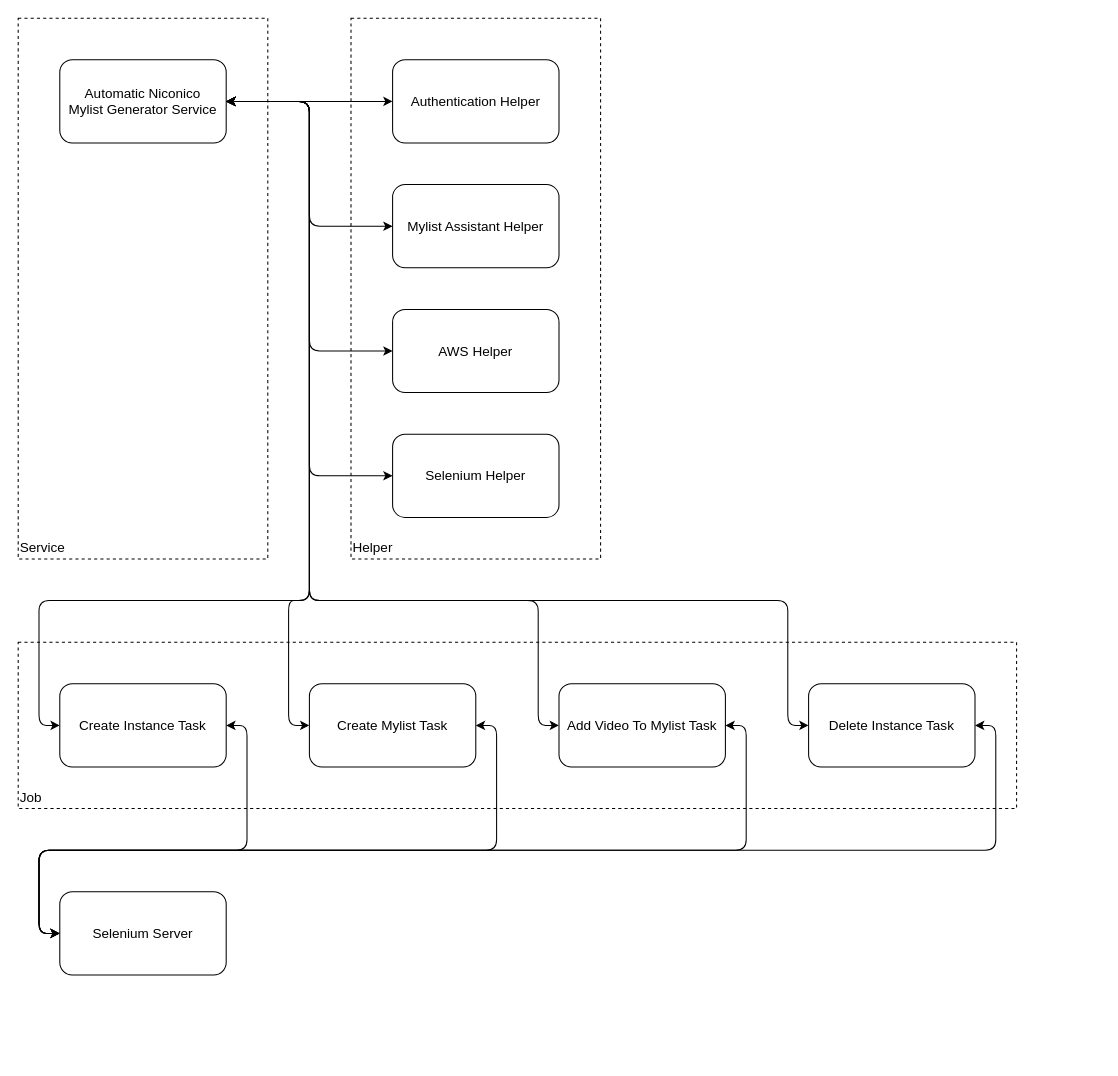
Above: page "Component" (2 of 2) of Doc/AutomaticNiconicoMylistGenerator/assets/assets.drawio in PONzu-0529/ponzu0529-niconico (draw.io), before the change. Source tidied: cells renumbered, new cells numbered last; positions are measured from the earlier drawing's top-left corner, leaving out a move shared by most shapes. Both pictures are drawn from the tidied source at 104%, with x=0, y=0 at pixel (18, 18).
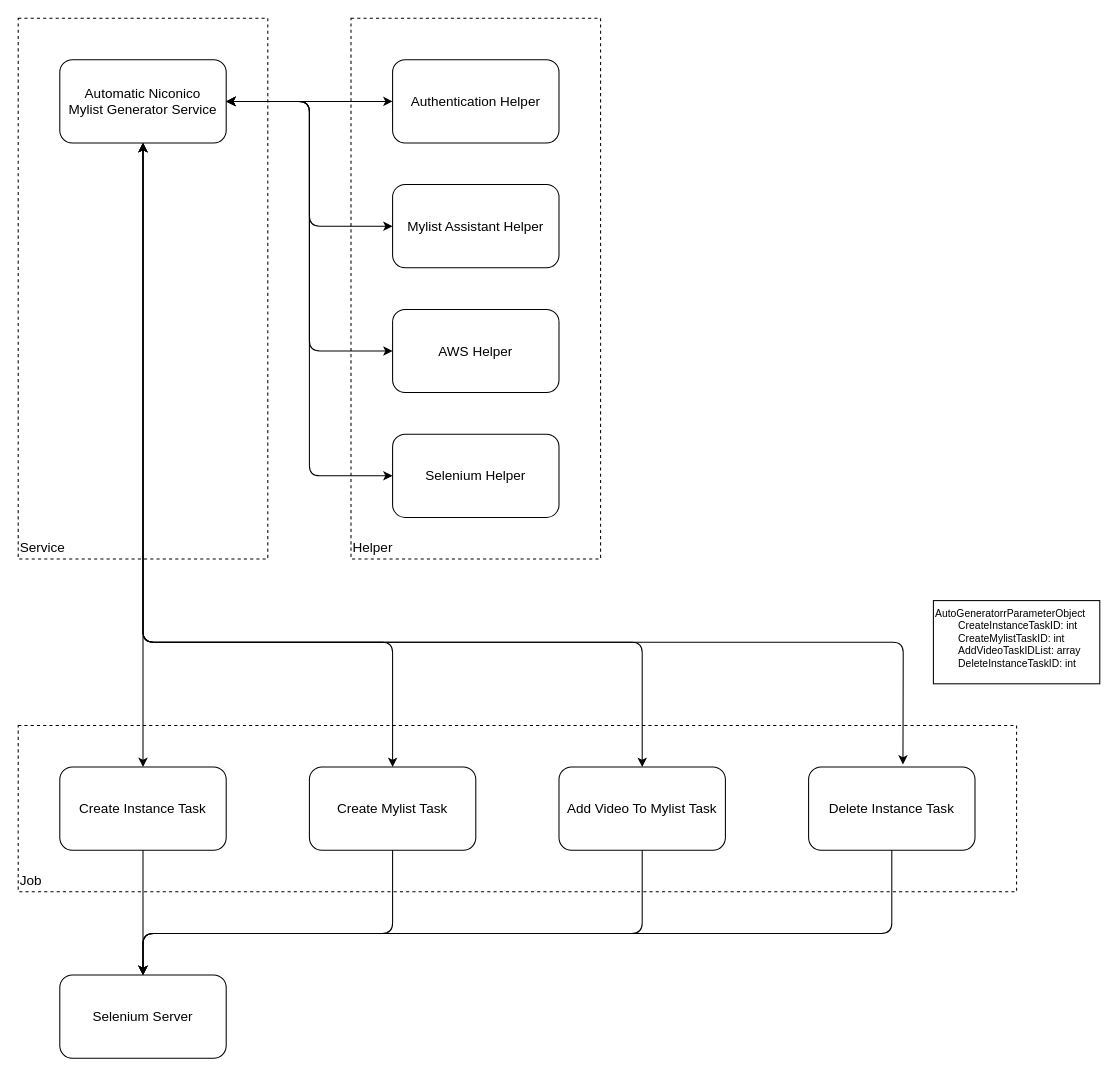
The same page after the edit.

Commit message (it also covers changes not shown here):
Update Component Diagram #141

The change refers to these unchanged cells:
```xml
<mxCell id="22" value="Automatic Niconico&lt;br&gt;Mylist Generator Service" style="rounded=1;whiteSpace=wrap;html=1;fillColor=none;fontSize=13;" parent="1" vertex="1">
  <mxGeometry x="40" y="40" width="160" height="80" as="geometry" />
</mxCell>
```

What changed in the source:
```diff
@@
     <mxCell id="2" value="&lt;font style=&quot;font-size: 13px;&quot;&gt;Selenium Server&lt;/font&gt;" style="rounded=1;whiteSpace=wrap;html=1;fillColor=none;fontSize=13;" parent="1" vertex="1">
-      <mxGeometry x="40" y="840" width="160" height="80" as="geometry" />
+      <mxGeometry x="40" y="920" width="160" height="80" as="geometry" />
     </mxCell>
     <mxCell id="3" value="Job" style="rounded=0;whiteSpace=wrap;html=1;fontSize=13;fillColor=none;align=left;verticalAlign=bottom;dashed=1;" parent="1" vertex="1">
-      <mxGeometry y="600" width="960" height="160" as="geometry" />
+      <mxGeometry y="680" width="960" height="160" as="geometry" />
     </mxCell>
-    <mxCell id="4" style="edgeStyle=none;html=1;exitX=1;exitY=0.5;exitDx=0;exitDy=0;entryX=0;entryY=0.5;entryDx=0;entryDy=0;fontSize=13;startArrow=classic;startFill=1;" parent="1" edge="1" source="5" target="2">
-      <mxGeometry relative="1" as="geometry">
-        <Array as="points">
-          <mxPoint x="220" y="680" />
-          <mxPoint x="220" y="800" />
-          <mxPoint x="20" y="800" />
-          <mxPoint x="20" y="880" />
-        </Array>
-      </mxGeometry>
+    <mxCell id="4" style="edgeStyle=none;html=1;exitX=0.5;exitY=1;exitDx=0;exitDy=0;entryX=0.5;entryY=0;entryDx=0;entryDy=0;fontSize=10;" parent="1" edge="1" source="5" target="2">
+      <mxGeometry relative="1" as="geometry" />
     </mxCell>
     <mxCell id="5" value="&lt;font style=&quot;font-size: 13px;&quot;&gt;Create Instance Task&lt;/font&gt;" style="rounded=1;whiteSpace=wrap;html=1;fillColor=none;fontSize=13;" parent="1" vertex="1">
-      <mxGeometry x="40" y="640" width="160" height="80" as="geometry" />
+      <mxGeometry x="40" y="720" width="160" height="80" as="geometry" />
     </mxCell>
-    <mxCell id="6" style="edgeStyle=none;html=1;exitX=1;exitY=0.5;exitDx=0;exitDy=0;entryX=0;entryY=0.5;entryDx=0;entryDy=0;fontSize=13;startArrow=classic;startFill=1;" parent="1" edge="1" source="7" target="2">
+    <mxCell id="6" style="edgeStyle=none;html=1;exitX=0.5;exitY=1;exitDx=0;exitDy=0;entryX=0.5;entryY=0;entryDx=0;entryDy=0;fontSize=10;" parent="1" edge="1" source="7" target="2">
       <mxGeometry relative="1" as="geometry">
         <Array as="points">
-          <mxPoint x="460" y="680" />
-          <mxPoint x="460" y="800" />
-          <mxPoint x="20" y="800" />
-          <mxPoint x="20" y="880" />
+          <mxPoint x="360" y="880" />
+          <mxPoint x="120" y="880" />
         </Array>
       </mxGeometry>
     </mxCell>
     <mxCell id="7" value="&lt;font style=&quot;font-size: 13px;&quot;&gt;Create Mylist Task&lt;/font&gt;" style="rounded=1;whiteSpace=wrap;html=1;fillColor=none;fontSize=13;" parent="1" vertex="1">
-      <mxGeometry x="280" y="640" width="160" height="80" as="geometry" />
+      <mxGeometry x="280" y="720" width="160" height="80" as="geometry" />
     </mxCell>
-    <mxCell id="8" style="edgeStyle=none;html=1;exitX=1;exitY=0.5;exitDx=0;exitDy=0;entryX=0;entryY=0.5;entryDx=0;entryDy=0;fontSize=13;startArrow=classic;startFill=1;" parent="1" edge="1" source="9" target="2">
+    <mxCell id="8" style="edgeStyle=none;html=1;exitX=0.5;exitY=1;exitDx=0;exitDy=0;entryX=0.5;entryY=0;entryDx=0;entryDy=0;fontSize=10;" parent="1" edge="1" source="9" target="2">
       <mxGeometry relative="1" as="geometry">
         <Array as="points">
-          <mxPoint x="700" y="680" />
-          <mxPoint x="700" y="800" />
-          <mxPoint x="20" y="800" />
-          <mxPoint x="20" y="880" />
+          <mxPoint x="600" y="880" />
+          <mxPoint x="120" y="880" />
         </Array>
       </mxGeometry>
     </mxCell>
     <mxCell id="9" value="&lt;font style=&quot;font-size: 13px;&quot;&gt;Add Video To Mylist Task&lt;/font&gt;" style="rounded=1;whiteSpace=wrap;html=1;fillColor=none;fontSize=13;" parent="1" vertex="1">
-      <mxGeometry x="520" y="640" width="160" height="80" as="geometry" />
+      <mxGeometry x="520" y="720" width="160" height="80" as="geometry" />
     </mxCell>
-    <mxCell id="10" style="edgeStyle=none;html=1;exitX=1;exitY=0.5;exitDx=0;exitDy=0;entryX=0;entryY=0.5;entryDx=0;entryDy=0;fontSize=13;startArrow=classic;startFill=1;" parent="1" edge="1" source="11" target="2">
+    <mxCell id="10" style="edgeStyle=none;html=1;exitX=0.5;exitY=1;exitDx=0;exitDy=0;entryX=0.5;entryY=0;entryDx=0;entryDy=0;fontSize=10;" parent="1" edge="1" source="11" target="2">
       <mxGeometry relative="1" as="geometry">
         <Array as="points">
-          <mxPoint x="940" y="680" />
-          <mxPoint x="940" y="800" />
-          <mxPoint x="20" y="800" />
-          <mxPoint x="20" y="880" />
+          <mxPoint x="840" y="880" />
+          <mxPoint x="120" y="880" />
         </Array>
       </mxGeometry>
     </mxCell>
     <mxCell id="11" value="&lt;font style=&quot;font-size: 13px;&quot;&gt;Delete Instance Task&lt;/font&gt;" style="rounded=1;whiteSpace=wrap;html=1;fillColor=none;fontSize=13;" parent="1" vertex="1">
-      <mxGeometry x="760" y="640" width="160" height="80" as="geometry" />
+      <mxGeometry x="760" y="720" width="160" height="80" as="geometry" />
     </mxCell>
@@
-    <mxCell id="14" style="edgeStyle=none;html=1;exitX=1;exitY=0.5;exitDx=0;exitDy=0;entryX=0;entryY=0.5;entryDx=0;entryDy=0;fontSize=13;startArrow=classic;startFill=1;" parent="1" edge="1" source="22" target="7">
+    <mxCell id="14" style="edgeStyle=none;html=1;exitX=0.5;exitY=1;exitDx=0;exitDy=0;fontSize=13;startArrow=classic;startFill=1;entryX=0.5;entryY=0;entryDx=0;entryDy=0;" parent="1" edge="1" source="22" target="7">
       <mxGeometry relative="1" as="geometry">
         <Array as="points">
-          <mxPoint x="280" y="80" />
-          <mxPoint x="280" y="560" />
-          <mxPoint x="260" y="560" />
-          <mxPoint x="260" y="680" />
+          <mxPoint x="120" y="600" />
+          <mxPoint x="360" y="600" />
         </Array>
       </mxGeometry>
     </mxCell>
@@
-    <mxCell id="16" style="edgeStyle=none;html=1;exitX=1;exitY=0.5;exitDx=0;exitDy=0;entryX=0;entryY=0.5;entryDx=0;entryDy=0;fontSize=13;startArrow=classic;startFill=1;" parent="1" edge="1" source="22" target="5">
+    <mxCell id="16" style="edgeStyle=none;html=1;exitX=0.5;exitY=1;exitDx=0;exitDy=0;entryX=0.5;entryY=0;entryDx=0;entryDy=0;fontSize=13;startArrow=classic;startFill=1;" parent="1" edge="1" source="22" target="5">
       <mxGeometry relative="1" as="geometry">
         <Array as="points">
-          <mxPoint x="280" y="80" />
-          <mxPoint x="280" y="560" />
-          <mxPoint x="20" y="560" />
-          <mxPoint x="20" y="680" />
+          <mxPoint x="120" y="560" />
         </Array>
       </mxGeometry>
     </mxCell>
@@
-    <mxCell id="20" style="edgeStyle=none;html=1;exitX=1;exitY=0.5;exitDx=0;exitDy=0;entryX=0;entryY=0.5;entryDx=0;entryDy=0;fontSize=13;startArrow=classic;startFill=1;" parent="1" edge="1" source="22" target="9">
+    <mxCell id="20" style="edgeStyle=none;html=1;exitX=0.5;exitY=1;exitDx=0;exitDy=0;entryX=0.5;entryY=0;entryDx=0;entryDy=0;fontSize=13;startArrow=classic;startFill=1;" parent="1" edge="1" source="22" target="9">
       <mxGeometry relative="1" as="geometry">
         <Array as="points">
-          <mxPoint x="280" y="80" />
-          <mxPoint x="280" y="560" />
-          <mxPoint x="500" y="560" />
-          <mxPoint x="500" y="680" />
+          <mxPoint x="120" y="600" />
+          <mxPoint x="360" y="600" />
+          <mxPoint x="500" y="600" />
+          <mxPoint x="600" y="600" />
         </Array>
       </mxGeometry>
     </mxCell>
-    <mxCell id="21" style="edgeStyle=none;html=1;exitX=1;exitY=0.5;exitDx=0;exitDy=0;entryX=0;entryY=0.5;entryDx=0;entryDy=0;fontSize=13;startArrow=classic;startFill=1;" parent="1" edge="1" source="22" target="11">
+    <mxCell id="21" style="edgeStyle=none;html=1;exitX=0.5;exitY=1;exitDx=0;exitDy=0;entryX=0.567;entryY=-0.03;entryDx=0;entryDy=0;fontSize=13;startArrow=classic;startFill=1;entryPerimeter=0;" parent="1" edge="1" source="22" target="11">
       <mxGeometry relative="1" as="geometry">
         <Array as="points">
-          <mxPoint x="280" y="80" />
-          <mxPoint x="280" y="560" />
-          <mxPoint x="740" y="560" />
-          <mxPoint x="740" y="680" />
+          <mxPoint x="120" y="600" />
+          <mxPoint x="270" y="600" />
+          <mxPoint x="851" y="600" />
         </Array>
       </mxGeometry>
     </mxCell>
@@
+    <mxCell id="27" value="AutoGeneratorrParameterObject&lt;br&gt;&lt;span style=&quot;&quot;&gt;&#9;&lt;/span&gt;&lt;span style=&quot;white-space: pre;&quot;&gt;&#9;&lt;/span&gt;CreateInstanceTaskID: int&lt;br style=&quot;font-size: 10px;&quot;&gt;&lt;span style=&quot;&quot;&gt;&#9;&lt;/span&gt;&lt;span style=&quot;white-space: pre;&quot;&gt;&#9;&lt;/span&gt;CreateMylistTaskID: int&lt;br style=&quot;font-size: 10px;&quot;&gt;&lt;span style=&quot;&quot;&gt;&#9;&lt;/span&gt;&lt;span style=&quot;white-space: pre;&quot;&gt;&#9;&lt;/span&gt;AddVideoTaskIDList: array&lt;br style=&quot;font-size: 10px;&quot;&gt;&lt;span style=&quot;&quot;&gt;&#9;&lt;/span&gt;&lt;span style=&quot;white-space: pre;&quot;&gt;&#9;&lt;/span&gt;DeleteInstanceTaskID: int" style="rounded=0;whiteSpace=wrap;html=1;fillColor=none;align=left;verticalAlign=top;fontSize=10;" parent="1" vertex="1">
+      <mxGeometry x="880" y="560" width="160" height="80" as="geometry" />
+    </mxCell>
```
